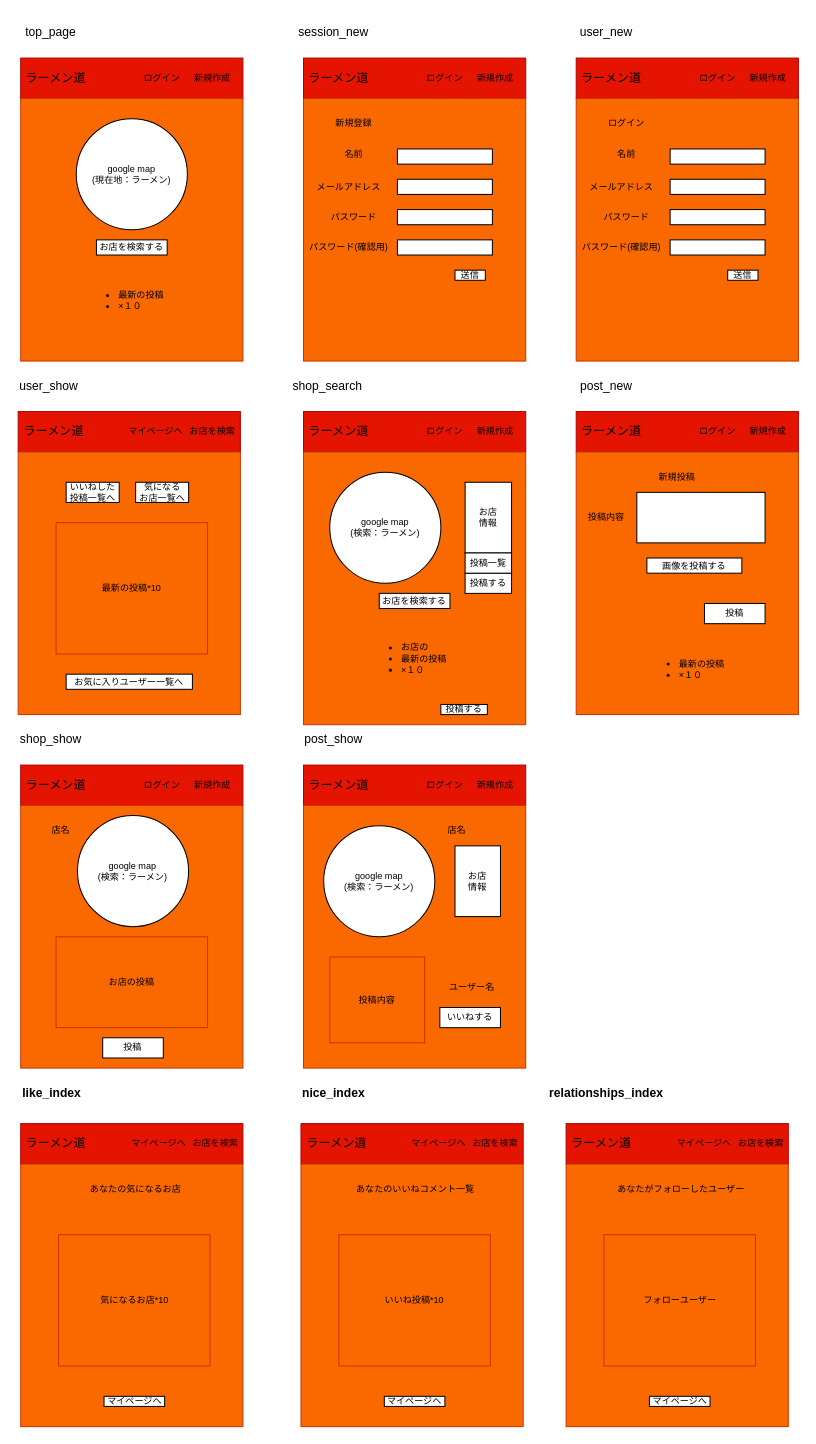
soratanaka/ramen_portfolio keeps this draw.io diagram as ラフ画像.dio. Above is the earlier version. Source tidied: cells renumbered, new cells numbered last; positions are measured from the earlier drawing's top-left corner, leaving out a move shared by most shapes. Both pictures are drawn from the tidied source at 101%, with x=0, y=0 at pixel (18, 17).
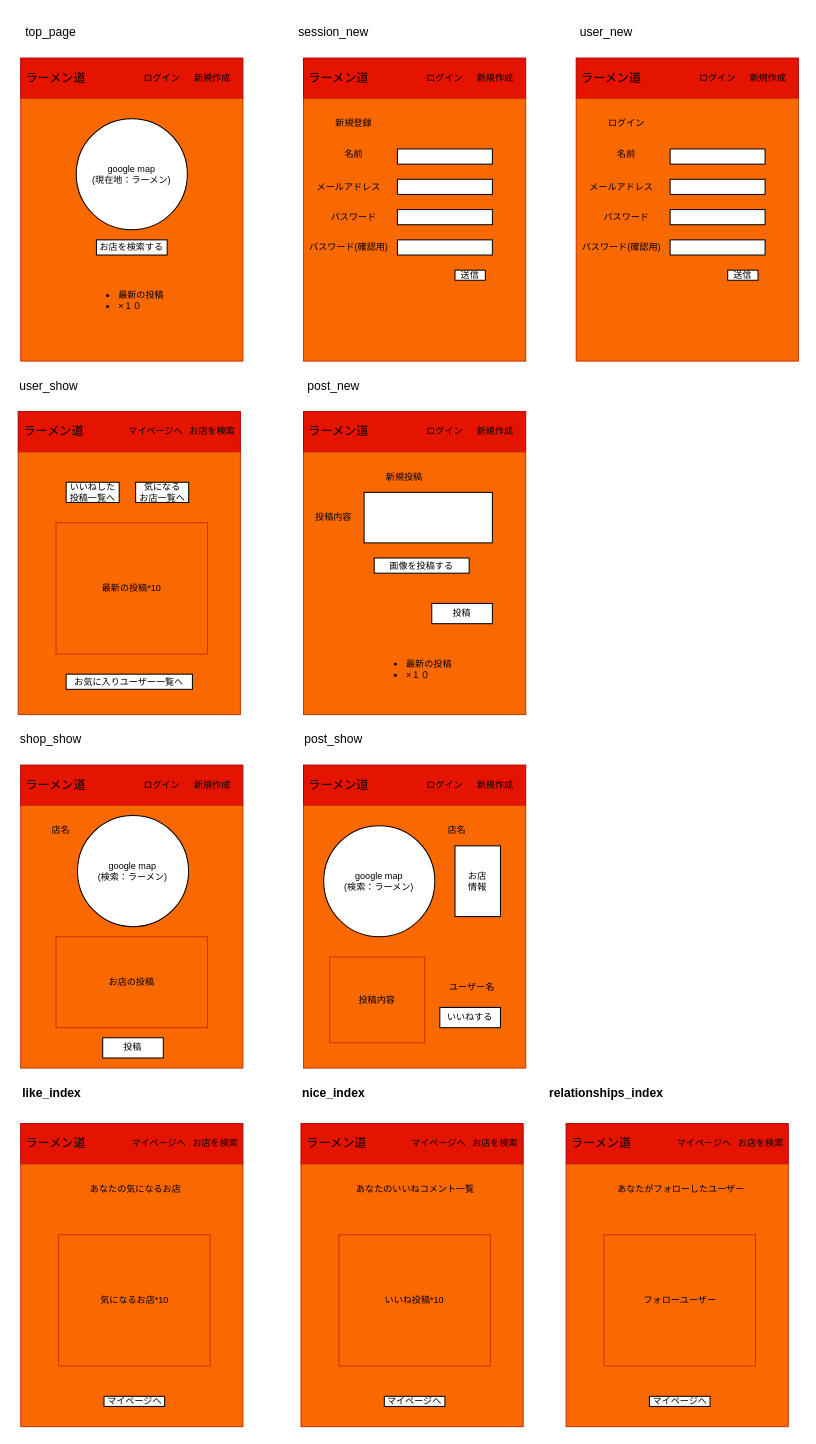
Above is the later version.

Change to the diagram source:
```diff
@@
-    <mxCell id="53" style="rounded=0;whiteSpace=wrap;html=1;fillColor=#e51400;fontColor=#ffffff;strokeColor=#B20000;" parent="1" vertex="1">
-      <mxGeometry x="282" y="390" width="220" height="40" as="geometry" />
-    </mxCell>
-    <mxCell id="54" style="rounded=0;whiteSpace=wrap;html=1;fillColor=#fa6800;fontColor=#000000;strokeColor=#C73500;" parent="1" vertex="1">
-      <mxGeometry x="282" y="430" width="220" height="270" as="geometry" />
-    </mxCell>
-    <mxCell id="55" value="shop_search" style="text;html=1;strokeColor=none;fillColor=none;align=center;verticalAlign=middle;whiteSpace=wrap;rounded=0;" parent="1" vertex="1">
-      <mxGeometry x="276" y="350" width="60" height="30" as="geometry" />
-    </mxCell>
-    <mxCell id="56" value="ラーメン道" style="text;html=1;strokeColor=none;fillColor=none;align=center;verticalAlign=middle;whiteSpace=wrap;rounded=0;" parent="1" vertex="1">
-      <mxGeometry x="282" y="395" width="70" height="30" as="geometry" />
-    </mxCell>
-    <mxCell id="57" value="ログイン" style="text;html=1;strokeColor=none;fillColor=none;align=center;verticalAlign=middle;whiteSpace=wrap;rounded=0;fontSize=9;" parent="1" vertex="1">
-      <mxGeometry x="402" y="402.5" width="40" height="15" as="geometry" />
-    </mxCell>
-    <mxCell id="58" value="新規作成" style="text;html=1;strokeColor=none;fillColor=none;align=center;verticalAlign=middle;whiteSpace=wrap;rounded=0;fontSize=9;" parent="1" vertex="1">
-      <mxGeometry x="452" y="402.5" width="40" height="15" as="geometry" />
-    </mxCell>
-    <mxCell id="59" value="google map&lt;br&gt;(検索：ラーメン)" style="ellipse;whiteSpace=wrap;html=1;fontSize=9;" parent="1" vertex="1">
-      <mxGeometry x="308" y="450" width="110" height="110" as="geometry" />
-    </mxCell>
-    <mxCell id="60" value="&lt;ul&gt;&lt;li&gt;お店の&lt;/li&gt;&lt;li&gt;最新の投稿&lt;/li&gt;&lt;li&gt;×１０&lt;/li&gt;&lt;/ul&gt;" style="text;strokeColor=none;fillColor=none;html=1;whiteSpace=wrap;verticalAlign=middle;overflow=hidden;fontSize=9;" parent="1" vertex="1">
-      <mxGeometry x="337" y="590" width="105" height="90" as="geometry" />
-    </mxCell>
-    <mxCell id="61" value="お店を検索する" style="rounded=0;whiteSpace=wrap;html=1;fontSize=9;" parent="1" vertex="1">
-      <mxGeometry x="357" y="570" width="70" height="15" as="geometry" />
-    </mxCell>
-    <mxCell id="62" value="お店&lt;br&gt;情報" style="rounded=0;whiteSpace=wrap;html=1;fontSize=9;" parent="1" vertex="1">
-      <mxGeometry x="442" y="460" width="46" height="70" as="geometry" />
-    </mxCell>
-    <mxCell id="63" value="投稿する" style="rounded=0;whiteSpace=wrap;html=1;fontSize=9;" parent="1" vertex="1">
-      <mxGeometry x="442" y="550" width="46" height="20" as="geometry" />
-    </mxCell>
     <mxCell id="64" style="rounded=0;whiteSpace=wrap;html=1;fillColor=#e51400;fontColor=#ffffff;strokeColor=#B20000;" parent="1" vertex="1">
-      <mxGeometry x="552" y="390" width="220" height="40" as="geometry" />
+      <mxGeometry x="282" y="390" width="220" height="40" as="geometry" />
     </mxCell>
     <mxCell id="65" style="rounded=0;whiteSpace=wrap;html=1;fillColor=#fa6800;fontColor=#000000;strokeColor=#C73500;" parent="1" vertex="1">
-      <mxGeometry x="552" y="430" width="220" height="260" as="geometry" />
+      <mxGeometry x="282" y="430" width="220" height="260" as="geometry" />
     </mxCell>
     <mxCell id="66" value="ラーメン道" style="text;html=1;strokeColor=none;fillColor=none;align=center;verticalAlign=middle;whiteSpace=wrap;rounded=0;" parent="1" vertex="1">
-      <mxGeometry x="552" y="395" width="70" height="30" as="geometry" />
+      <mxGeometry x="282" y="395" width="70" height="30" as="geometry" />
     </mxCell>
     <mxCell id="67" value="ログイン" style="text;html=1;strokeColor=none;fillColor=none;align=center;verticalAlign=middle;whiteSpace=wrap;rounded=0;fontSize=9;" parent="1" vertex="1">
-      <mxGeometry x="672" y="402.5" width="40" height="15" as="geometry" />
+      <mxGeometry x="402" y="402.5" width="40" height="15" as="geometry" />
     </mxCell>
     <mxCell id="68" value="新規作成" style="text;html=1;strokeColor=none;fillColor=none;align=center;verticalAlign=middle;whiteSpace=wrap;rounded=0;fontSize=9;" parent="1" vertex="1">
-      <mxGeometry x="722" y="402.5" width="40" height="15" as="geometry" />
+      <mxGeometry x="452" y="402.5" width="40" height="15" as="geometry" />
     </mxCell>
     <mxCell id="69" value="画像を投稿する" style="rounded=0;whiteSpace=wrap;html=1;fontSize=9;" parent="1" vertex="1">
-      <mxGeometry x="622" y="535" width="94" height="15" as="geometry" />
+      <mxGeometry x="352" y="535" width="94" height="15" as="geometry" />
     </mxCell>
     <mxCell id="70" style="rounded=0;whiteSpace=wrap;html=1;fontSize=9;" parent="1" vertex="1">
-      <mxGeometry x="612" y="470" width="127" height="50" as="geometry" />
+      <mxGeometry x="342" y="470" width="127" height="50" as="geometry" />
     </mxCell>
     <mxCell id="71" value="投稿内容" style="text;html=1;strokeColor=none;fillColor=none;align=center;verticalAlign=middle;whiteSpace=wrap;rounded=0;fontSize=9;" parent="1" vertex="1">
-      <mxGeometry x="552" y="480" width="60" height="30" as="geometry" />
+      <mxGeometry x="282" y="480" width="60" height="30" as="geometry" />
     </mxCell>
     <mxCell id="72" value="post_new" style="text;html=1;strokeColor=none;fillColor=none;align=center;verticalAlign=middle;whiteSpace=wrap;rounded=0;" parent="1" vertex="1">
-      <mxGeometry x="552" y="350" width="60" height="30" as="geometry" />
+      <mxGeometry x="282" y="350" width="60" height="30" as="geometry" />
     </mxCell>
     <mxCell id="73" value="投稿" style="rounded=0;whiteSpace=wrap;html=1;fontSize=9;" parent="1" vertex="1">
-      <mxGeometry x="679" y="580" width="60" height="20" as="geometry" />
+      <mxGeometry x="409" y="580" width="60" height="20" as="geometry" />
     </mxCell>
     <mxCell id="74" value="新規投稿" style="text;html=1;strokeColor=none;fillColor=none;align=center;verticalAlign=middle;whiteSpace=wrap;rounded=0;fontSize=9;" parent="1" vertex="1">
-      <mxGeometry x="622" y="440" width="60" height="30" as="geometry" />
+      <mxGeometry x="352" y="440" width="60" height="30" as="geometry" />
     </mxCell>
     <mxCell id="75" value="&lt;ul&gt;&lt;li&gt;最新の投稿&lt;/li&gt;&lt;li&gt;×１０&lt;/li&gt;&lt;/ul&gt;" style="text;strokeColor=none;fillColor=none;html=1;whiteSpace=wrap;verticalAlign=middle;overflow=hidden;fontSize=9;" parent="1" vertex="1">
-      <mxGeometry x="612" y="600" width="105" height="90" as="geometry" />
+      <mxGeometry x="342" y="600" width="105" height="90" as="geometry" />
     </mxCell>
-    <mxCell id="76" value="投稿する" style="rounded=0;whiteSpace=wrap;html=1;fontSize=9;" parent="1" vertex="1">
-      <mxGeometry x="418" y="680" width="46" height="10" as="geometry" />
-    </mxCell>
-    <mxCell id="77" value="投稿一覧" style="rounded=0;whiteSpace=wrap;html=1;fontSize=9;" parent="1" vertex="1">
-      <mxGeometry x="442" y="530" width="46" height="20" as="geometry" />
-    </mxCell>
```
